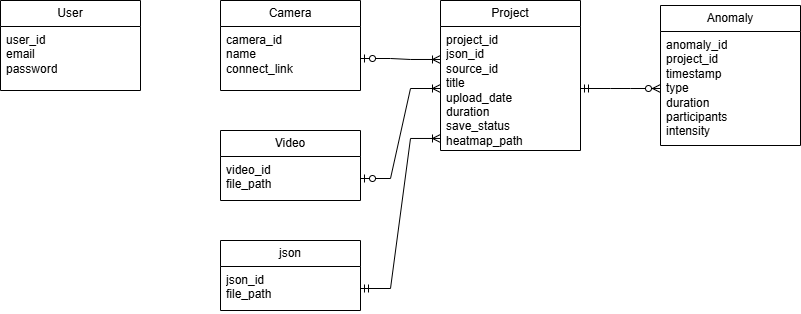
Earlier version of the draw.io export backend/ER-Diagram.png (LongNgd/COS40006-G1B). Source tidied: cells renumbered, new cells last; positions are measured from the earlier drawing's top-left corner, leaving out a move shared by most shapes. The source it was exported from:
```xml
<mxGraphModel>
  <root>
    <mxCell id="0" />
    <mxCell id="1" parent="0" />
    <mxCell id="2" value="User" style="swimlane;fontStyle=0;horizontal=1;startSize=26;fillColor=none;whiteSpace=wrap;html=1;" parent="1" vertex="1">
      <mxGeometry width="140" height="90" as="geometry" />
    </mxCell>
    <mxCell id="3" value="user_id&lt;div&gt;email&lt;/div&gt;&lt;div&gt;password&lt;/div&gt;" style="text;strokeColor=none;fillColor=none;align=left;verticalAlign=top;spacingLeft=4;spacingRight=4;overflow=hidden;whiteSpace=wrap;html=1;" parent="2" vertex="1">
      <mxGeometry y="26" width="140" height="64" as="geometry" />
    </mxCell>
    <mxCell id="4" value="Camera" style="swimlane;fontStyle=0;horizontal=1;startSize=26;fillColor=none;whiteSpace=wrap;html=1;" parent="1" vertex="1">
      <mxGeometry x="220" width="140" height="90" as="geometry" />
    </mxCell>
    <mxCell id="5" value="camera_id&lt;div&gt;name&lt;/div&gt;&lt;div&gt;connect_link&lt;/div&gt;" style="text;strokeColor=none;fillColor=none;align=left;verticalAlign=top;spacingLeft=4;spacingRight=4;overflow=hidden;points=[[0,0.5],[1,0.5]];portConstraint=eastwest;whiteSpace=wrap;html=1;" parent="4" vertex="1">
      <mxGeometry y="26" width="140" height="64" as="geometry" />
    </mxCell>
    <mxCell id="6" value="Video" style="swimlane;fontStyle=0;horizontal=1;startSize=26;fillColor=none;whiteSpace=wrap;html=1;" parent="1" vertex="1">
      <mxGeometry x="220" y="130" width="140" height="70" as="geometry" />
    </mxCell>
    <mxCell id="7" value="video_id&lt;div&gt;file_path&lt;/div&gt;" style="text;strokeColor=none;fillColor=none;align=left;verticalAlign=top;spacingLeft=4;spacingRight=4;overflow=hidden;points=[[0,0.5],[1,0.5]];portConstraint=eastwest;whiteSpace=wrap;html=1;" parent="6" vertex="1">
      <mxGeometry y="26" width="140" height="44" as="geometry" />
    </mxCell>
    <mxCell id="8" value="Project" style="swimlane;fontStyle=0;horizontal=1;startSize=26;fillColor=none;whiteSpace=wrap;html=1;" parent="1" vertex="1">
      <mxGeometry x="440" width="140" height="150" as="geometry" />
    </mxCell>
    <mxCell id="9" value="project_id&lt;div&gt;json_id&lt;/div&gt;&lt;div&gt;source_id&lt;/div&gt;&lt;div&gt;title&lt;br&gt;&lt;/div&gt;&lt;div&gt;upload_date&lt;/div&gt;&lt;div&gt;duration&lt;/div&gt;&lt;div&gt;save_status&lt;/div&gt;&lt;div&gt;heatmap_path&lt;/div&gt;" style="text;strokeColor=none;fillColor=none;align=left;verticalAlign=top;spacingLeft=4;spacingRight=4;overflow=hidden;points=[[0,0.5],[1,0.5]];portConstraint=eastwest;whiteSpace=wrap;html=1;" parent="8" vertex="1">
      <mxGeometry y="26" width="140" height="124" as="geometry" />
    </mxCell>
    <mxCell id="10" value="Anomaly" style="swimlane;fontStyle=0;horizontal=1;startSize=26;fillColor=none;whiteSpace=wrap;html=1;" parent="1" vertex="1">
      <mxGeometry x="660" y="5" width="140" height="140" as="geometry" />
    </mxCell>
    <mxCell id="11" value="&lt;div&gt;anomaly_id&lt;/div&gt;&lt;div&gt;project_id&lt;/div&gt;&lt;div&gt;timestamp&lt;/div&gt;&lt;div&gt;type&lt;/div&gt;&lt;div&gt;duration&lt;/div&gt;&lt;div&gt;participants&lt;/div&gt;&lt;div&gt;intensity&lt;/div&gt;&lt;div&gt;&lt;br&gt;&lt;/div&gt;&lt;div&gt;&lt;br&gt;&lt;/div&gt;" style="text;strokeColor=none;fillColor=none;align=left;verticalAlign=top;spacingLeft=4;spacingRight=4;overflow=hidden;points=[[0,0.5],[1,0.5]];portConstraint=eastwest;whiteSpace=wrap;html=1;" parent="10" vertex="1">
      <mxGeometry y="26" width="140" height="114" as="geometry" />
    </mxCell>
    <mxCell id="12" style="edgeStyle=entityRelationEdgeStyle;fontSize=12;html=1;endArrow=ERoneToMany;startArrow=ERzeroToOne;rounded=0;exitX=1;exitY=0.5;exitDx=0;exitDy=0;startFill=0;endFill=0;entryX=0;entryY=0.266;entryDx=0;entryDy=0;entryPerimeter=0;" parent="1" edge="1" source="5" target="9">
      <mxGeometry relative="1" as="geometry" />
    </mxCell>
    <mxCell id="13" style="edgeStyle=entityRelationEdgeStyle;fontSize=12;html=1;endArrow=ERoneToMany;startArrow=ERzeroToOne;rounded=0;exitX=1;exitY=0.5;exitDx=0;exitDy=0;startFill=0;endFill=0;entryX=0;entryY=0.5;entryDx=0;entryDy=0;" parent="1" edge="1" source="7" target="9">
      <mxGeometry relative="1" as="geometry" />
    </mxCell>
    <mxCell id="14" style="edgeStyle=entityRelationEdgeStyle;fontSize=12;html=1;endArrow=ERzeroToMany;startArrow=ERmandOne;rounded=0;entryX=0;entryY=0.5;entryDx=0;entryDy=0;exitX=1;exitY=0.5;exitDx=0;exitDy=0;" parent="1" edge="1" source="9" target="11">
      <mxGeometry relative="1" as="geometry" />
    </mxCell>
    <mxCell id="15" value="json" style="swimlane;fontStyle=0;horizontal=1;startSize=26;fillColor=none;whiteSpace=wrap;html=1;" parent="1" vertex="1">
      <mxGeometry x="220" y="240" width="140" height="70" as="geometry" />
    </mxCell>
    <mxCell id="16" value="json_id&lt;div&gt;file_path&lt;/div&gt;" style="text;strokeColor=none;fillColor=none;align=left;verticalAlign=top;spacingLeft=4;spacingRight=4;overflow=hidden;points=[[0,0.5],[1,0.5]];portConstraint=eastwest;whiteSpace=wrap;html=1;" parent="15" vertex="1">
      <mxGeometry y="26" width="140" height="44" as="geometry" />
    </mxCell>
    <mxCell id="17" style="edgeStyle=entityRelationEdgeStyle;fontSize=12;html=1;endArrow=ERoneToMany;startArrow=ERmandOne;rounded=0;exitX=1;exitY=0.5;exitDx=0;exitDy=0;startFill=0;endFill=0;entryX=0;entryY=0.903;entryDx=0;entryDy=0;entryPerimeter=0;" parent="1" edge="1" source="16" target="9">
      <mxGeometry relative="1" as="geometry" />
    </mxCell>
  </root>
</mxGraphModel>
```
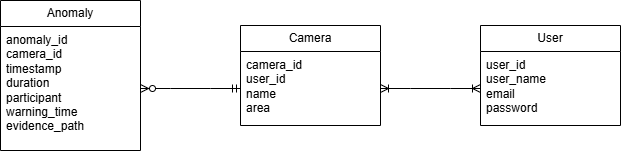
The same file after the commit.

What changed in the source:
```diff
@@ -2,53 +2,29 @@
   <root>
     <mxCell id="0" />
     <mxCell id="1" parent="0" />
+    <mxCell id="10" value="Anomaly" style="swimlane;fontStyle=0;horizontal=1;startSize=26;fillColor=none;whiteSpace=wrap;html=1;" parent="1" vertex="1">
+      <mxGeometry x="320" y="530" width="140" height="150" as="geometry" />
+    </mxCell>
+    <mxCell id="18" value="anomaly_id&amp;nbsp;&lt;div&gt;camera_id&amp;nbsp;&lt;br&gt;&lt;div&gt;timestamp&lt;/div&gt;&lt;div&gt;duration&lt;/div&gt;&lt;div&gt;participant&lt;/div&gt;&lt;div&gt;warning_time&lt;/div&gt;&lt;div&gt;evidence_path&lt;/div&gt;&lt;div&gt;&lt;br&gt;&lt;/div&gt;&lt;/div&gt;" style="text;strokeColor=none;fillColor=none;align=left;verticalAlign=top;spacingLeft=4;spacingRight=4;overflow=hidden;points=[[0,0.5],[1,0.5]];portConstraint=eastwest;whiteSpace=wrap;html=1;" parent="10" vertex="1">
+      <mxGeometry y="26" width="140" height="124" as="geometry" />
+    </mxCell>
+    <mxCell id="4" value="Camera" style="swimlane;fontStyle=0;horizontal=1;startSize=26;fillColor=none;whiteSpace=wrap;html=1;" parent="1" vertex="1">
+      <mxGeometry x="560" y="555" width="140" height="100" as="geometry" />
+    </mxCell>
+    <mxCell id="19" value="camera_id&amp;nbsp;&lt;div&gt;user_id&amp;nbsp;&lt;/div&gt;&lt;div&gt;name&lt;/div&gt;&lt;div&gt;area&lt;/div&gt;" style="text;strokeColor=none;fillColor=none;align=left;verticalAlign=top;spacingLeft=4;spacingRight=4;overflow=hidden;points=[[0,0.5],[1,0.5]];portConstraint=eastwest;whiteSpace=wrap;html=1;" parent="4" vertex="1">
+      <mxGeometry y="26" width="140" height="74" as="geometry" />
+    </mxCell>
+    <mxCell id="20" style="edgeStyle=entityRelationEdgeStyle;fontSize=12;html=1;endArrow=ERzeroToMany;endFill=1;rounded=0;entryX=1;entryY=0.5;entryDx=0;entryDy=0;exitX=0;exitY=0.5;exitDx=0;exitDy=0;startArrow=ERmandOne;startFill=0;" parent="1" edge="1" source="19" target="18">
+      <mxGeometry relative="1" as="geometry" />
+    </mxCell>
     <mxCell id="2" value="User" style="swimlane;fontStyle=0;horizontal=1;startSize=26;fillColor=none;whiteSpace=wrap;html=1;" parent="1" vertex="1">
-      <mxGeometry width="140" height="90" as="geometry" />
+      <mxGeometry x="800" y="555" width="140" height="100" as="geometry" />
     </mxCell>
-    <mxCell id="3" value="user_id&lt;div&gt;email&lt;/div&gt;&lt;div&gt;password&lt;/div&gt;" style="text;strokeColor=none;fillColor=none;align=left;verticalAlign=top;spacingLeft=4;spacingRight=4;overflow=hidden;whiteSpace=wrap;html=1;" parent="2" vertex="1">
-      <mxGeometry y="26" width="140" height="64" as="geometry" />
-    </mxCell>
-    <mxCell id="4" value="Camera" style="swimlane;fontStyle=0;horizontal=1;startSize=26;fillColor=none;whiteSpace=wrap;html=1;" parent="1" vertex="1">
-      <mxGeometry x="220" width="140" height="90" as="geometry" />
-    </mxCell>
-    <mxCell id="5" value="camera_id&lt;div&gt;name&lt;/div&gt;&lt;div&gt;connect_link&lt;/div&gt;" style="text;strokeColor=none;fillColor=none;align=left;verticalAlign=top;spacingLeft=4;spacingRight=4;overflow=hidden;points=[[0,0.5],[1,0.5]];portConstraint=eastwest;whiteSpace=wrap;html=1;" parent="4" vertex="1">
-      <mxGeometry y="26" width="140" height="64" as="geometry" />
-    </mxCell>
-    <mxCell id="6" value="Video" style="swimlane;fontStyle=0;horizontal=1;startSize=26;fillColor=none;whiteSpace=wrap;html=1;" parent="1" vertex="1">
-      <mxGeometry x="220" y="130" width="140" height="70" as="geometry" />
-    </mxCell>
-    <mxCell id="7" value="video_id&lt;div&gt;file_path&lt;/div&gt;" style="text;strokeColor=none;fillColor=none;align=left;verticalAlign=top;spacingLeft=4;spacingRight=4;overflow=hidden;points=[[0,0.5],[1,0.5]];portConstraint=eastwest;whiteSpace=wrap;html=1;" parent="6" vertex="1">
-      <mxGeometry y="26" width="140" height="44" as="geometry" />
-    </mxCell>
-    <mxCell id="8" value="Project" style="swimlane;fontStyle=0;horizontal=1;startSize=26;fillColor=none;whiteSpace=wrap;html=1;" parent="1" vertex="1">
-      <mxGeometry x="440" width="140" height="150" as="geometry" />
-    </mxCell>
-    <mxCell id="9" value="project_id&lt;div&gt;json_id&lt;/div&gt;&lt;div&gt;source_id&lt;/div&gt;&lt;div&gt;title&lt;br&gt;&lt;/div&gt;&lt;div&gt;upload_date&lt;/div&gt;&lt;div&gt;duration&lt;/div&gt;&lt;div&gt;save_status&lt;/div&gt;&lt;div&gt;heatmap_path&lt;/div&gt;" style="text;strokeColor=none;fillColor=none;align=left;verticalAlign=top;spacingLeft=4;spacingRight=4;overflow=hidden;points=[[0,0.5],[1,0.5]];portConstraint=eastwest;whiteSpace=wrap;html=1;" parent="8" vertex="1">
-      <mxGeometry y="26" width="140" height="124" as="geometry" />
-    </mxCell>
-    <mxCell id="10" value="Anomaly" style="swimlane;fontStyle=0;horizontal=1;startSize=26;fillColor=none;whiteSpace=wrap;html=1;" parent="1" vertex="1">
-      <mxGeometry x="660" y="5" width="140" height="140" as="geometry" />
-    </mxCell>
-    <mxCell id="11" value="&lt;div&gt;anomaly_id&lt;/div&gt;&lt;div&gt;project_id&lt;/div&gt;&lt;div&gt;timestamp&lt;/div&gt;&lt;div&gt;type&lt;/div&gt;&lt;div&gt;duration&lt;/div&gt;&lt;div&gt;participants&lt;/div&gt;&lt;div&gt;intensity&lt;/div&gt;&lt;div&gt;&lt;br&gt;&lt;/div&gt;&lt;div&gt;&lt;br&gt;&lt;/div&gt;" style="text;strokeColor=none;fillColor=none;align=left;verticalAlign=top;spacingLeft=4;spacingRight=4;overflow=hidden;points=[[0,0.5],[1,0.5]];portConstraint=eastwest;whiteSpace=wrap;html=1;" parent="10" vertex="1">
-      <mxGeometry y="26" width="140" height="114" as="geometry" />
-    </mxCell>
-    <mxCell id="12" style="edgeStyle=entityRelationEdgeStyle;fontSize=12;html=1;endArrow=ERoneToMany;startArrow=ERzeroToOne;rounded=0;exitX=1;exitY=0.5;exitDx=0;exitDy=0;startFill=0;endFill=0;entryX=0;entryY=0.266;entryDx=0;entryDy=0;entryPerimeter=0;" parent="1" edge="1" source="5" target="9">
-      <mxGeometry relative="1" as="geometry" />
-    </mxCell>
-    <mxCell id="13" style="edgeStyle=entityRelationEdgeStyle;fontSize=12;html=1;endArrow=ERoneToMany;startArrow=ERzeroToOne;rounded=0;exitX=1;exitY=0.5;exitDx=0;exitDy=0;startFill=0;endFill=0;entryX=0;entryY=0.5;entryDx=0;entryDy=0;" parent="1" edge="1" source="7" target="9">
-      <mxGeometry relative="1" as="geometry" />
-    </mxCell>
-    <mxCell id="14" style="edgeStyle=entityRelationEdgeStyle;fontSize=12;html=1;endArrow=ERzeroToMany;startArrow=ERmandOne;rounded=0;entryX=0;entryY=0.5;entryDx=0;entryDy=0;exitX=1;exitY=0.5;exitDx=0;exitDy=0;" parent="1" edge="1" source="9" target="11">
-      <mxGeometry relative="1" as="geometry" />
-    </mxCell>
-    <mxCell id="15" value="json" style="swimlane;fontStyle=0;horizontal=1;startSize=26;fillColor=none;whiteSpace=wrap;html=1;" parent="1" vertex="1">
-      <mxGeometry x="220" y="240" width="140" height="70" as="geometry" />
-    </mxCell>
-    <mxCell id="16" value="json_id&lt;div&gt;file_path&lt;/div&gt;" style="text;strokeColor=none;fillColor=none;align=left;verticalAlign=top;spacingLeft=4;spacingRight=4;overflow=hidden;points=[[0,0.5],[1,0.5]];portConstraint=eastwest;whiteSpace=wrap;html=1;" parent="15" vertex="1">
-      <mxGeometry y="26" width="140" height="44" as="geometry" />
-    </mxCell>
-    <mxCell id="17" style="edgeStyle=entityRelationEdgeStyle;fontSize=12;html=1;endArrow=ERoneToMany;startArrow=ERmandOne;rounded=0;exitX=1;exitY=0.5;exitDx=0;exitDy=0;startFill=0;endFill=0;entryX=0;entryY=0.903;entryDx=0;entryDy=0;entryPerimeter=0;" parent="1" edge="1" source="16" target="9">
-      <mxGeometry relative="1" as="geometry" />
-    </mxCell>
+    <mxCell id="21" value="user_id&lt;div&gt;user_name&lt;/div&gt;&lt;div&gt;email&lt;/div&gt;&lt;div&gt;password&lt;/div&gt;" style="text;strokeColor=none;fillColor=none;align=left;verticalAlign=top;spacingLeft=4;spacingRight=4;overflow=hidden;points=[[0,0.5],[1,0.5]];portConstraint=eastwest;whiteSpace=wrap;html=1;" parent="2" vertex="1">
+      <mxGeometry y="26" width="140" height="74" as="geometry" />
+    </mxCell>
+    <mxCell id="22" style="edgeStyle=entityRelationEdgeStyle;fontSize=12;html=1;endArrow=ERoneToMany;startArrow=ERoneToMany;rounded=0;entryX=0;entryY=0.5;entryDx=0;entryDy=0;exitX=1;exitY=0.5;exitDx=0;exitDy=0;startFill=0;endFill=0;" parent="1" edge="1" source="19" target="21">
+      <mxGeometry relative="1" as="geometry" />
+    </mxCell>
   </root>
 </mxGraphModel>
```
